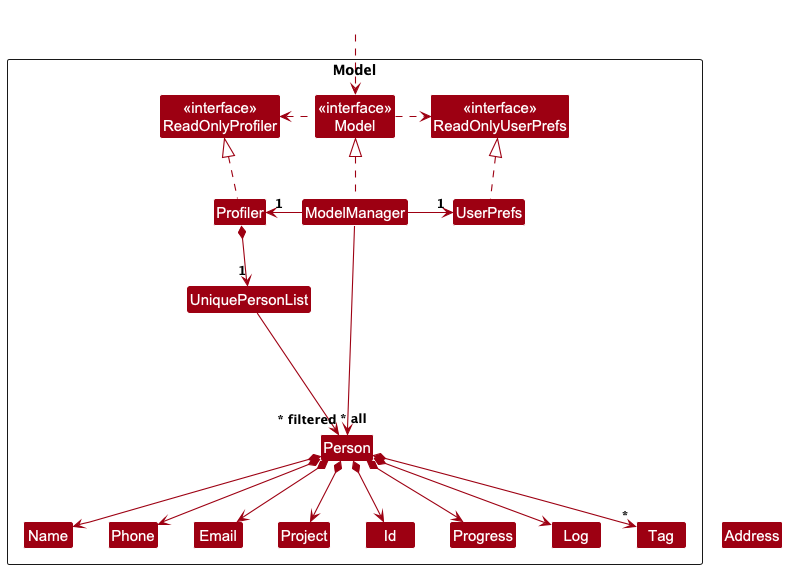
swatirajesh277/tp keeps this PlantUML diagram as docs/images/ModelClassDiagram.png. Above is the earlier version.
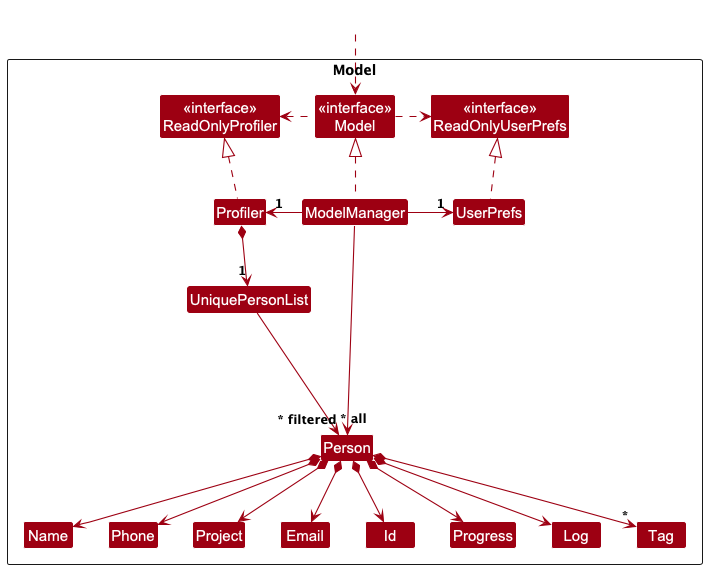
Later version of the same file.

Commit message:
Fix conflict in Model class diagram

The edit, as a diff of the source:
```diff
@@ -53,8 +53,7 @@
 UniquePersonList -[hidden]right-> I
 
 Name -[hidden]right-> Phone
-Phone -[hidden]right-> Address
-Address -[hidden]right-> Email
+
 
 ModelManager --> "~* filtered" Person
 @enduml
```
